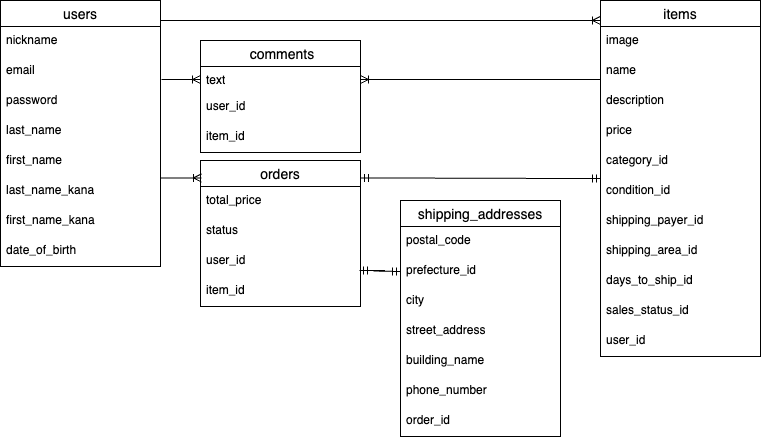
Before: ER.drawio.png, a diagram exported from draw.io (mao0000/furima-46811). Source tidied: cells renumbered, new cells last; positions are measured from the earlier drawing's top-left corner, leaving out a move shared by most shapes.
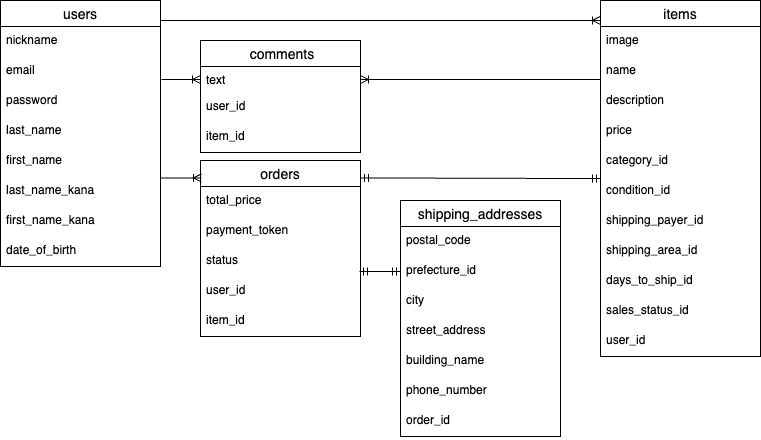
After the commit.

Change to the diagram source:
```diff
@@ -66,19 +66,22 @@
       <mxGeometry y="326" width="160" height="30" as="geometry" />
     </mxCell>
     <mxCell id="23" value="orders" style="swimlane;fontStyle=0;horizontal=1;startSize=26;align=center;fontSize=14;" parent="1" vertex="1">
-      <mxGeometry x="200" y="220" width="160" height="146" as="geometry" />
+      <mxGeometry x="200" y="220" width="160" height="176" as="geometry" />
     </mxCell>
     <mxCell id="24" value="total_price" style="text;strokeColor=none;fillColor=none;spacingLeft=4;spacingRight=4;overflow=hidden;fontSize=12;whiteSpace=wrap;html=1;" parent="23" vertex="1">
       <mxGeometry y="26" width="160" height="30" as="geometry" />
     </mxCell>
+    <mxCell id="46" value="payment_token" style="text;strokeColor=none;fillColor=none;spacingLeft=4;spacingRight=4;overflow=hidden;fontSize=12;whiteSpace=wrap;html=1;" parent="23" vertex="1">
+      <mxGeometry y="56" width="160" height="30" as="geometry" />
+    </mxCell>
     <mxCell id="25" value="status" style="text;strokeColor=none;fillColor=none;spacingLeft=4;spacingRight=4;overflow=hidden;points=[[0,0.5],[1,0.5]];portConstraint=eastwest;fontSize=12;whiteSpace=wrap;html=1;" parent="23" vertex="1">
-      <mxGeometry y="56" width="160" height="30" as="geometry" />
+      <mxGeometry y="86" width="160" height="30" as="geometry" />
     </mxCell>
     <mxCell id="26" value="user_id" style="text;strokeColor=none;fillColor=none;spacingLeft=4;spacingRight=4;overflow=hidden;points=[[0,0.5],[1,0.5]];portConstraint=eastwest;fontSize=12;whiteSpace=wrap;html=1;" parent="23" vertex="1">
-      <mxGeometry y="86" width="160" height="30" as="geometry" />
+      <mxGeometry y="116" width="160" height="30" as="geometry" />
     </mxCell>
     <mxCell id="27" value="item_id" style="text;strokeColor=none;fillColor=none;spacingLeft=4;spacingRight=4;overflow=hidden;fontSize=12;whiteSpace=wrap;html=1;" parent="23" vertex="1">
-      <mxGeometry y="116" width="160" height="30" as="geometry" />
+      <mxGeometry y="146" width="160" height="30" as="geometry" />
     </mxCell>
     <mxCell id="28" value="shipping_addresses" style="swimlane;fontStyle=0;horizontal=1;startSize=26;align=center;fontSize=14;" parent="1" vertex="1">
       <mxGeometry x="400" y="260" width="160" height="236" as="geometry" />
@@ -149,7 +152,7 @@
         <mxPoint x="600" y="238" as="targetPoint" />
       </mxGeometry>
     </mxCell>
-    <mxCell id="45" style="edgeStyle=entityRelationEdgeStyle;fontSize=12;html=1;endArrow=ERmandOne;startArrow=ERmandOne;exitX=0.994;exitY=0.8;exitDx=0;exitDy=0;exitPerimeter=0;entryX=0;entryY=0.5;entryDx=0;entryDy=0;" parent="1" edge="1" source="26" target="30">
+    <mxCell id="45" style="edgeStyle=entityRelationEdgeStyle;fontSize=12;html=1;endArrow=ERmandOne;startArrow=ERmandOne;exitX=0.994;exitY=0.833;exitDx=0;exitDy=0;exitPerimeter=0;entryX=0;entryY=0.5;entryDx=0;entryDy=0;" parent="1" edge="1" source="25" target="30">
       <mxGeometry relative="1" as="geometry" />
     </mxCell>
   </root>
```
